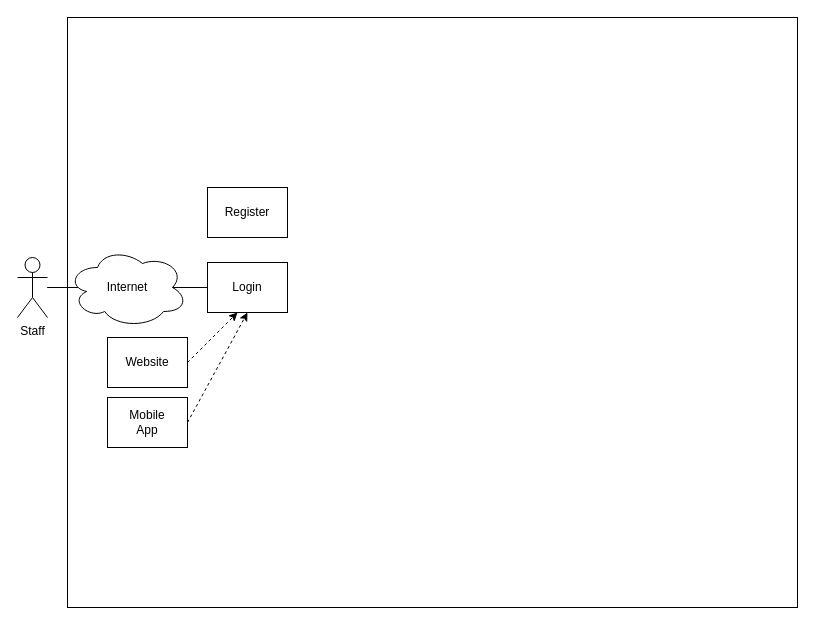
This is OOAD-Project 1.drawio from BrandonLombard/OOAD-SNHU, a draw.io file, before an edit. Source tidied: cells renumbered, new cells numbered last; positions are measured from the earlier drawing's top-left corner, leaving out a move shared by most shapes. Both pictures are drawn from the tidied source at 100%, with x=0, y=0 at pixel (17, 17).
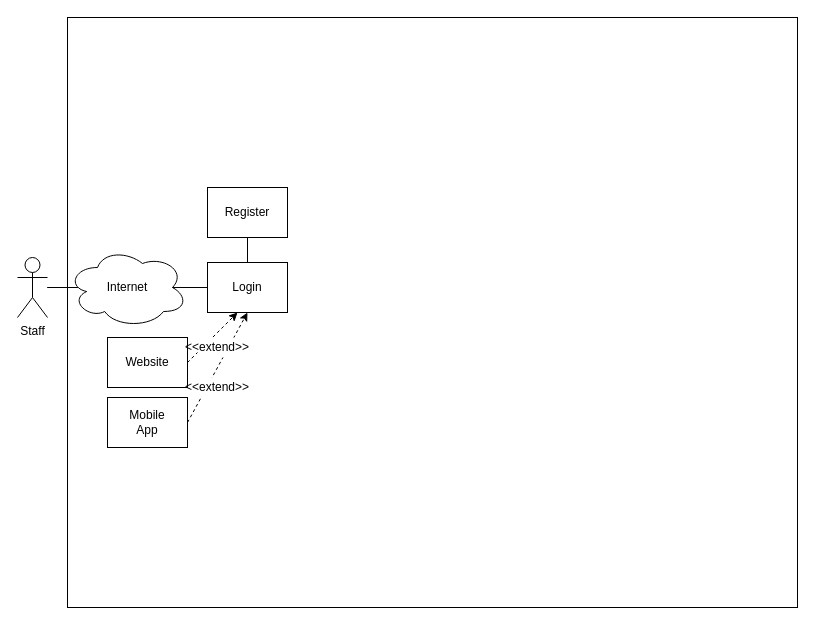
Above is the later version.

Unchanged cells that the change refers to:
```xml
<mxCell id="9" style="rounded=0;whiteSpace=wrap;html=1;" parent="1" vertex="1">
  <mxGeometry x="190" y="170" width="80" height="50" as="geometry" />
</mxCell>
```

Change to the diagram source:
```diff
@@
+    <mxCell id="18" style="endArrow=none;html=1;entryX=0.5;entryY=1;entryDx=0;entryDy=0;" parent="1" edge="1" target="9">
+      <mxGeometry relative="1" as="geometry">
+        <mxPoint x="230" y="245" as="sourcePoint" />
+      </mxGeometry>
+    </mxCell>
+    <mxCell id="19" value="&amp;lt;&amp;lt;extend&amp;gt;&amp;gt;" style="text;html=1;strokeColor=none;align=center;verticalAlign=middle;whiteSpace=wrap;rounded=0;fillColor=#ffffff;" parent="1" vertex="1">
+      <mxGeometry x="180" y="320" width="40" height="20" as="geometry" />
+    </mxCell>
+    <mxCell id="20" value="&amp;lt;&amp;lt;extend&amp;gt;&amp;gt;" style="text;html=1;strokeColor=none;align=center;verticalAlign=middle;whiteSpace=wrap;rounded=0;fillColor=#ffffff;" parent="1" vertex="1">
+      <mxGeometry x="180" y="360" width="40" height="20" as="geometry" />
+    </mxCell>
```
